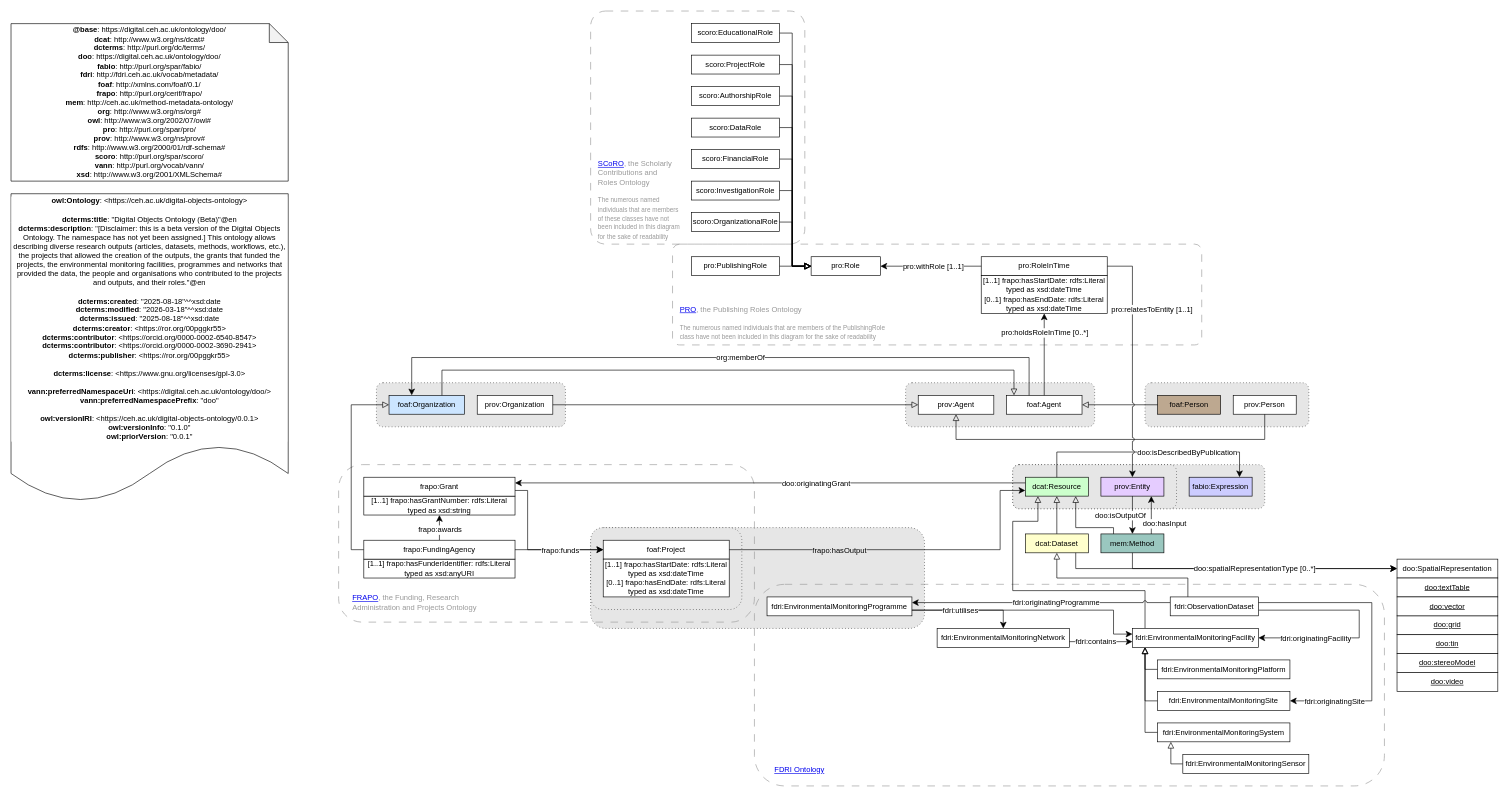
The draw.io diagram page "ontology" (1 of 3) of ontology/diagrams/digital_objects_ontology.drawio in NERC-CEH/digital-objects-ontology, before the edit. Source tidied: cells renumbered, new cells numbered last; positions are measured from the earlier drawing's top-left corner, leaving out a move shared by most shapes. Both pictures are drawn from the tidied source at 63%, with x=0, y=0 at pixel (11, 11).
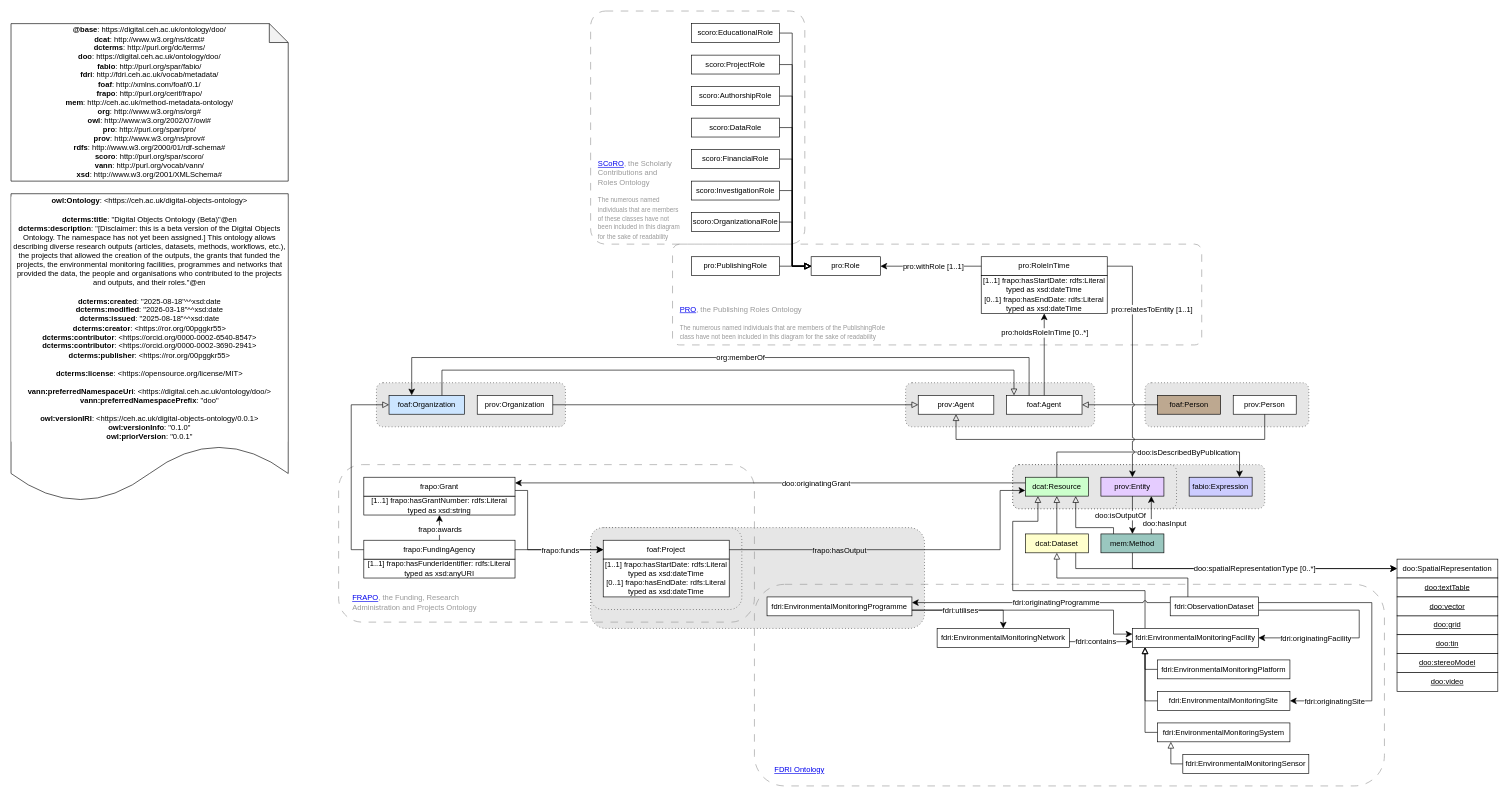
The same diagram, later.

The edit, as a diff of the source:
```diff
@@
-    <mxCell id="45" value="&lt;div&gt;&lt;b style=&quot;border-color: var(--border-color);&quot;&gt;owl:Ontology&lt;/b&gt;: &amp;lt;&lt;span style=&quot;background-color: rgb(251, 251, 251); color: light-dark(rgb(0, 0, 0), rgb(237, 237, 237));&quot;&gt;https://&lt;/span&gt;&lt;span style=&quot;background-color: light-dark(rgb(255, 255, 255), rgb(18, 18, 18)); color: light-dark(rgb(0, 0, 0), rgb(237, 237, 237));&quot;&gt;ceh.ac.uk/digital-objects-ontology&amp;gt;&lt;/span&gt;&lt;/div&gt;&lt;div&gt;&lt;b&gt;&lt;br&gt;&lt;/b&gt;&lt;/div&gt;&lt;div&gt;&lt;b&gt;dcterms:title&lt;/b&gt;: &quot;Digital Objects Ontology (Beta)&quot;@en &lt;br&gt;&lt;b&gt;dc&lt;/b&gt;&lt;b style=&quot;color: light-dark(rgb(0, 0, 0), rgb(237, 237, 237));&quot;&gt;terms&lt;/b&gt;&lt;b style=&quot;background-color: light-dark(rgb(255, 255, 255), rgb(18, 18, 18)); color: light-dark(rgb(0, 0, 0), rgb(237, 237, 237));&quot;&gt;:description&lt;/b&gt;&lt;span style=&quot;background-color: light-dark(rgb(255, 255, 255), rgb(18, 18, 18)); color: light-dark(rgb(0, 0, 0), rgb(237, 237, 237));&quot;&gt;: &quot;&lt;/span&gt;&lt;span style=&quot;background-color: light-dark(rgb(255, 255, 255), rgb(18, 18, 18));&quot;&gt;[Disclaimer: this is a beta version of the Digital Objects Ontology. The namespace has not yet been assigned.] This ontology allows describing diverse research outputs (articles, datasets, methods, workflows, etc.), the projects that allowed the creation of the outputs, the grants that funded the projects, the environmental monitoring facilities, programmes and networks that provided the data, the people and organisations who contributed to the projects and outputs, and their roles.&lt;/span&gt;&lt;span style=&quot;background-color: light-dark(rgb(255, 255, 255), rgb(18, 18, 18)); color: light-dark(rgb(0, 0, 0), rgb(237, 237, 237));&quot;&gt;&quot;@en&lt;/span&gt;&lt;/div&gt;&lt;div&gt;&lt;br&gt;&lt;b&gt;dc&lt;/b&gt;&lt;b style=&quot;color: light-dark(rgb(0, 0, 0), rgb(237, 237, 237));&quot;&gt;terms&lt;/b&gt;&lt;b style=&quot;background-color: light-dark(rgb(255, 255, 255), rgb(18, 18, 18)); color: light-dark(rgb(0, 0, 0), rgb(237, 237, 237));&quot;&gt;:created&lt;/b&gt;&lt;span style=&quot;background-color: light-dark(rgb(255, 255, 255), rgb(18, 18, 18)); color: light-dark(rgb(0, 0, 0), rgb(237, 237, 237));&quot;&gt;: &quot;2025-08-18&quot;^^xsd:date&lt;/span&gt;&lt;/div&gt;&lt;div&gt;&lt;div&gt;&lt;b&gt;dc&lt;/b&gt;&lt;b style=&quot;color: light-dark(rgb(0, 0, 0), rgb(237, 237, 237));&quot;&gt;terms&lt;/b&gt;&lt;b style=&quot;background-color: light-dark(rgb(255, 255, 255), rgb(18, 18, 18)); color: light-dark(rgb(0, 0, 0), rgb(237, 237, 237));&quot;&gt;:modified&lt;/b&gt;&lt;span style=&quot;background-color: light-dark(rgb(255, 255, 255), rgb(18, 18, 18)); color: light-dark(rgb(0, 0, 0), rgb(237, 237, 237));&quot;&gt;: &quot;2026-03-18&quot;^^xsd:date&lt;/span&gt;&lt;/div&gt;&lt;/div&gt;&lt;div&gt;&lt;div&gt;&lt;b&gt;dc&lt;/b&gt;&lt;b style=&quot;color: light-dark(rgb(0, 0, 0), rgb(237, 237, 237));&quot;&gt;terms&lt;/b&gt;&lt;b style=&quot;background-color: light-dark(rgb(255, 255, 255), rgb(18, 18, 18)); color: light-dark(rgb(0, 0, 0), rgb(237, 237, 237));&quot;&gt;:issued&lt;/b&gt;&lt;span style=&quot;background-color: light-dark(rgb(255, 255, 255), rgb(18, 18, 18)); color: light-dark(rgb(0, 0, 0), rgb(237, 237, 237));&quot;&gt;: &quot;2025-08-18&quot;^^xsd:date&lt;/span&gt;&lt;/div&gt;&lt;/div&gt;&lt;div&gt;&lt;b style=&quot;background-color: light-dark(rgb(255, 255, 255), rgb(18, 18, 18)); color: light-dark(rgb(0, 0, 0), rgb(237, 237, 237));&quot;&gt;dc&lt;/b&gt;&lt;b style=&quot;background-color: light-dark(rgb(255, 255, 255), rgb(18, 18, 18)); color: light-dark(rgb(0, 0, 0), rgb(237, 237, 237));&quot;&gt;terms&lt;/b&gt;&lt;b style=&quot;color: light-dark(rgb(0, 0, 0), rgb(237, 237, 237)); background-color: light-dark(rgb(255, 255, 255), rgb(18, 18, 18));&quot;&gt;:creator&lt;/b&gt;&lt;span style=&quot;color: light-dark(rgb(0, 0, 0), rgb(237, 237, 237)); background-color: light-dark(rgb(255, 255, 255), rgb(18, 18, 18));&quot;&gt;: &amp;lt;&lt;/span&gt;&lt;span style=&quot;background-color: light-dark(rgb(255, 255, 255), rgb(18, 18, 18)); color: light-dark(rgb(0, 0, 0), rgb(237, 237, 237));&quot;&gt;https://ror.org/00pggkr55&lt;/span&gt;&lt;span style=&quot;color: light-dark(rgb(0, 0, 0), rgb(0, 0, 0)); background-color: light-dark(rgb(255, 255, 255), rgb(18, 18, 18));&quot;&gt;&amp;gt;&lt;/span&gt;&lt;/div&gt;&lt;div&gt;&lt;b style=&quot;background-color: light-dark(rgb(255, 255, 255), rgb(18, 18, 18)); color: light-dark(rgb(0, 0, 0), rgb(237, 237, 237));&quot;&gt;dc&lt;/b&gt;&lt;b style=&quot;background-color: light-dark(rgb(255, 255, 255), rgb(18, 18, 18)); color: light-dark(rgb(0, 0, 0), rgb(237, 237, 237));&quot;&gt;terms&lt;/b&gt;&lt;b style=&quot;color: light-dark(rgb(0, 0, 0), rgb(237, 237, 237)); background-color: light-dark(rgb(255, 255, 255), rgb(18, 18, 18));&quot;&gt;:contributor&lt;/b&gt;&lt;span style=&quot;color: light-dark(rgb(0, 0, 0), rgb(237, 237, 237)); background-color: light-dark(rgb(255, 255, 255), rgb(18, 18, 18));&quot;&gt;: &amp;lt;&lt;/span&gt;&lt;span style=&quot;background-color: light-dark(rgb(255, 255, 255), rgb(18, 18, 18)); color: light-dark(rgb(0, 0, 0), rgb(237, 237, 237));&quot;&gt;ht&lt;/span&gt;&lt;span style=&quot;background-color: light-dark(rgb(255, 255, 255), rgb(18, 18, 18)); color: light-dark(rgb(0, 0, 0), rgb(237, 237, 237));&quot;&gt;&lt;font style=&quot;color: rgb(0, 0, 0);&quot;&gt;tps://orcid.org/0000-0002-6540-8547&lt;/font&gt;&lt;/span&gt;&lt;span style=&quot;color: light-dark(rgb(0, 0, 0), rgb(0, 0, 0)); background-color: light-dark(rgb(255, 255, 255), rgb(18, 18, 18));&quot;&gt;&amp;gt;&lt;/span&gt;&lt;/div&gt;&lt;div&gt;&lt;b style=&quot;background-color: light-dark(rgb(255, 255, 255), rgb(18, 18, 18)); color: light-dark(rgb(0, 0, 0), rgb(237, 237, 237));&quot;&gt;dc&lt;/b&gt;&lt;b style=&quot;background-color: light-dark(rgb(255, 255, 255), rgb(18, 18, 18)); color: light-dark(rgb(0, 0, 0), rgb(237, 237, 237));&quot;&gt;terms&lt;/b&gt;&lt;b style=&quot;color: light-dark(rgb(0, 0, 0), rgb(237, 237, 237)); background-color: light-dark(rgb(255, 255, 255), rgb(18, 18, 18));&quot;&gt;:contributor&lt;/b&gt;&lt;span style=&quot;color: light-dark(rgb(0, 0, 0), rgb(237, 237, 237)); background-color: light-dark(rgb(255, 255, 255), rgb(18, 18, 18));&quot;&gt;: &amp;lt;&lt;/span&gt;&lt;span style=&quot;background-color: light-dark(rgb(255, 255, 255), rgb(18, 18, 18));&quot;&gt;https://orcid.org/0000-0002-3690-2941&amp;gt;&lt;/span&gt;&lt;/div&gt;&lt;div&gt;&lt;b style=&quot;background-color: light-dark(rgb(255, 255, 255), rgb(18, 18, 18));&quot;&gt;dc&lt;/b&gt;&lt;b style=&quot;background-color: light-dark(rgb(255, 255, 255), rgb(18, 18, 18));&quot;&gt;terms&lt;/b&gt;&lt;b style=&quot;background-color: light-dark(rgb(255, 255, 255), rgb(18, 18, 18));&quot;&gt;:publisher&lt;/b&gt;&lt;span style=&quot;background-color: light-dark(rgb(255, 255, 255), rgb(18, 18, 18));&quot;&gt;: &amp;lt;https://ror.org/00pggkr55&amp;gt;&lt;/span&gt;&lt;/div&gt;&lt;div&gt;&lt;br&gt;&lt;b&gt;dc&lt;/b&gt;&lt;b style=&quot;color: light-dark(rgb(0, 0, 0), rgb(237, 237, 237));&quot;&gt;terms&lt;/b&gt;&lt;b style=&quot;background-color: light-dark(rgb(255, 255, 255), rgb(18, 18, 18)); color: light-dark(rgb(0, 0, 0), rgb(237, 237, 237));&quot;&gt;:license&lt;/b&gt;&lt;span style=&quot;background-color: light-dark(rgb(255, 255, 255), rgb(18, 18, 18)); color: light-dark(rgb(0, 0, 0), rgb(237, 237, 237));&quot;&gt;: &amp;lt;&lt;/span&gt;&lt;span style=&quot;background-color: light-dark(rgb(255, 255, 255), rgb(18, 18, 18));&quot;&gt;https://www.gnu.org/licenses/gpl-3.0&lt;/span&gt;&lt;span style=&quot;background-color: light-dark(rgb(255, 255, 255), rgb(18, 18, 18)); color: light-dark(rgb(0, 0, 0), rgb(237, 237, 237));&quot;&gt;&amp;gt;&lt;/span&gt;&lt;/div&gt;&lt;div&gt;&lt;br&gt;&lt;/div&gt;&lt;div&gt;&lt;b&gt;vann:preferredNamespaceUri&lt;/b&gt;:&amp;nbsp;&lt;span style=&quot;background-color: light-dark(rgb(255, 255, 255), rgb(18, 18, 18));&quot;&gt;&amp;lt;https://digital.ceh.ac.uk/ontology/doo/&amp;gt;&lt;/span&gt;&lt;/div&gt;&lt;div&gt;&lt;b&gt;vann:preferredNamespacePrefix&lt;/b&gt;: &quot;doo&quot; &lt;br&gt;&lt;br&gt;&lt;b&gt;owl:versionIRI&lt;/b&gt;: &amp;lt;&lt;span style=&quot;color: light-dark(rgb(0, 0, 0), rgb(237, 237, 237)); background-color: rgb(251, 251, 251);&quot;&gt;https://&lt;/span&gt;&lt;span style=&quot;color: light-dark(rgb(0, 0, 0), rgb(237, 237, 237)); background-color: light-dark(rgb(255, 255, 255), rgb(18, 18, 18));&quot;&gt;ceh.ac.uk/digital-objects-ontology/&lt;/span&gt;0.0.1&amp;gt;&lt;br&gt;&lt;b&gt;owl:versionInfo&lt;/b&gt;: &quot;0.1.0&quot;&lt;br&gt;&lt;b&gt;owl:priorVersion&lt;/b&gt;: &quot;0.0.1&quot;&lt;br&gt;&lt;/div&gt;" style="shape=document;whiteSpace=wrap;html=1;boundedLbl=1;labelBackgroundColor=#ffffff;strokeColor=#000000;fontSize=12;fontColor=#000000;size=0.1875;" parent="1" vertex="1">
+    <mxCell id="45" value="&lt;div&gt;&lt;b style=&quot;border-color: var(--border-color);&quot;&gt;owl:Ontology&lt;/b&gt;: &amp;lt;&lt;span style=&quot;background-color: rgb(251, 251, 251); color: light-dark(rgb(0, 0, 0), rgb(237, 237, 237));&quot;&gt;https://&lt;/span&gt;&lt;span style=&quot;background-color: light-dark(rgb(255, 255, 255), rgb(18, 18, 18)); color: light-dark(rgb(0, 0, 0), rgb(237, 237, 237));&quot;&gt;ceh.ac.uk/digital-objects-ontology&amp;gt;&lt;/span&gt;&lt;/div&gt;&lt;div&gt;&lt;b&gt;&lt;br&gt;&lt;/b&gt;&lt;/div&gt;&lt;div&gt;&lt;b&gt;dcterms:title&lt;/b&gt;: &quot;Digital Objects Ontology (Beta)&quot;@en &lt;br&gt;&lt;b&gt;dc&lt;/b&gt;&lt;b style=&quot;color: light-dark(rgb(0, 0, 0), rgb(237, 237, 237));&quot;&gt;terms&lt;/b&gt;&lt;b style=&quot;background-color: light-dark(rgb(255, 255, 255), rgb(18, 18, 18)); color: light-dark(rgb(0, 0, 0), rgb(237, 237, 237));&quot;&gt;:description&lt;/b&gt;&lt;span style=&quot;background-color: light-dark(rgb(255, 255, 255), rgb(18, 18, 18)); color: light-dark(rgb(0, 0, 0), rgb(237, 237, 237));&quot;&gt;: &quot;&lt;/span&gt;&lt;span style=&quot;background-color: light-dark(rgb(255, 255, 255), rgb(18, 18, 18));&quot;&gt;[Disclaimer: this is a beta version of the Digital Objects Ontology. The namespace has not yet been assigned.] This ontology allows describing diverse research outputs (articles, datasets, methods, workflows, etc.), the projects that allowed the creation of the outputs, the grants that funded the projects, the environmental monitoring facilities, programmes and networks that provided the data, the people and organisations who contributed to the projects and outputs, and their roles.&lt;/span&gt;&lt;span style=&quot;background-color: light-dark(rgb(255, 255, 255), rgb(18, 18, 18)); color: light-dark(rgb(0, 0, 0), rgb(237, 237, 237));&quot;&gt;&quot;@en&lt;/span&gt;&lt;/div&gt;&lt;div&gt;&lt;br&gt;&lt;b&gt;dc&lt;/b&gt;&lt;b style=&quot;color: light-dark(rgb(0, 0, 0), rgb(237, 237, 237));&quot;&gt;terms&lt;/b&gt;&lt;b style=&quot;background-color: light-dark(rgb(255, 255, 255), rgb(18, 18, 18)); color: light-dark(rgb(0, 0, 0), rgb(237, 237, 237));&quot;&gt;:created&lt;/b&gt;&lt;span style=&quot;background-color: light-dark(rgb(255, 255, 255), rgb(18, 18, 18)); color: light-dark(rgb(0, 0, 0), rgb(237, 237, 237));&quot;&gt;: &quot;2025-08-18&quot;^^xsd:date&lt;/span&gt;&lt;/div&gt;&lt;div&gt;&lt;div&gt;&lt;b&gt;dc&lt;/b&gt;&lt;b style=&quot;color: light-dark(rgb(0, 0, 0), rgb(237, 237, 237));&quot;&gt;terms&lt;/b&gt;&lt;b style=&quot;background-color: light-dark(rgb(255, 255, 255), rgb(18, 18, 18)); color: light-dark(rgb(0, 0, 0), rgb(237, 237, 237));&quot;&gt;:modified&lt;/b&gt;&lt;span style=&quot;background-color: light-dark(rgb(255, 255, 255), rgb(18, 18, 18)); color: light-dark(rgb(0, 0, 0), rgb(237, 237, 237));&quot;&gt;: &quot;2026-03-18&quot;^^xsd:date&lt;/span&gt;&lt;/div&gt;&lt;/div&gt;&lt;div&gt;&lt;div&gt;&lt;b&gt;dc&lt;/b&gt;&lt;b style=&quot;color: light-dark(rgb(0, 0, 0), rgb(237, 237, 237));&quot;&gt;terms&lt;/b&gt;&lt;b style=&quot;background-color: light-dark(rgb(255, 255, 255), rgb(18, 18, 18)); color: light-dark(rgb(0, 0, 0), rgb(237, 237, 237));&quot;&gt;:issued&lt;/b&gt;&lt;span style=&quot;background-color: light-dark(rgb(255, 255, 255), rgb(18, 18, 18)); color: light-dark(rgb(0, 0, 0), rgb(237, 237, 237));&quot;&gt;: &quot;2025-08-18&quot;^^xsd:date&lt;/span&gt;&lt;/div&gt;&lt;/div&gt;&lt;div&gt;&lt;b style=&quot;background-color: light-dark(rgb(255, 255, 255), rgb(18, 18, 18)); color: light-dark(rgb(0, 0, 0), rgb(237, 237, 237));&quot;&gt;dc&lt;/b&gt;&lt;b style=&quot;background-color: light-dark(rgb(255, 255, 255), rgb(18, 18, 18)); color: light-dark(rgb(0, 0, 0), rgb(237, 237, 237));&quot;&gt;terms&lt;/b&gt;&lt;b style=&quot;color: light-dark(rgb(0, 0, 0), rgb(237, 237, 237)); background-color: light-dark(rgb(255, 255, 255), rgb(18, 18, 18));&quot;&gt;:creator&lt;/b&gt;&lt;span style=&quot;color: light-dark(rgb(0, 0, 0), rgb(237, 237, 237)); background-color: light-dark(rgb(255, 255, 255), rgb(18, 18, 18));&quot;&gt;: &amp;lt;&lt;/span&gt;&lt;span style=&quot;background-color: light-dark(rgb(255, 255, 255), rgb(18, 18, 18)); color: light-dark(rgb(0, 0, 0), rgb(237, 237, 237));&quot;&gt;https://ror.org/00pggkr55&lt;/span&gt;&lt;span style=&quot;color: light-dark(rgb(0, 0, 0), rgb(0, 0, 0)); background-color: light-dark(rgb(255, 255, 255), rgb(18, 18, 18));&quot;&gt;&amp;gt;&lt;/span&gt;&lt;/div&gt;&lt;div&gt;&lt;b style=&quot;background-color: light-dark(rgb(255, 255, 255), rgb(18, 18, 18)); color: light-dark(rgb(0, 0, 0), rgb(237, 237, 237));&quot;&gt;dc&lt;/b&gt;&lt;b style=&quot;background-color: light-dark(rgb(255, 255, 255), rgb(18, 18, 18)); color: light-dark(rgb(0, 0, 0), rgb(237, 237, 237));&quot;&gt;terms&lt;/b&gt;&lt;b style=&quot;color: light-dark(rgb(0, 0, 0), rgb(237, 237, 237)); background-color: light-dark(rgb(255, 255, 255), rgb(18, 18, 18));&quot;&gt;:contributor&lt;/b&gt;&lt;span style=&quot;color: light-dark(rgb(0, 0, 0), rgb(237, 237, 237)); background-color: light-dark(rgb(255, 255, 255), rgb(18, 18, 18));&quot;&gt;: &amp;lt;&lt;/span&gt;&lt;span style=&quot;background-color: light-dark(rgb(255, 255, 255), rgb(18, 18, 18)); color: light-dark(rgb(0, 0, 0), rgb(237, 237, 237));&quot;&gt;ht&lt;/span&gt;&lt;span style=&quot;background-color: light-dark(rgb(255, 255, 255), rgb(18, 18, 18)); color: light-dark(rgb(0, 0, 0), rgb(237, 237, 237));&quot;&gt;&lt;font style=&quot;color: rgb(0, 0, 0);&quot;&gt;tps://orcid.org/0000-0002-6540-8547&lt;/font&gt;&lt;/span&gt;&lt;span style=&quot;color: light-dark(rgb(0, 0, 0), rgb(0, 0, 0)); background-color: light-dark(rgb(255, 255, 255), rgb(18, 18, 18));&quot;&gt;&amp;gt;&lt;/span&gt;&lt;/div&gt;&lt;div&gt;&lt;b style=&quot;background-color: light-dark(rgb(255, 255, 255), rgb(18, 18, 18)); color: light-dark(rgb(0, 0, 0), rgb(237, 237, 237));&quot;&gt;dc&lt;/b&gt;&lt;b style=&quot;background-color: light-dark(rgb(255, 255, 255), rgb(18, 18, 18)); color: light-dark(rgb(0, 0, 0), rgb(237, 237, 237));&quot;&gt;terms&lt;/b&gt;&lt;b style=&quot;color: light-dark(rgb(0, 0, 0), rgb(237, 237, 237)); background-color: light-dark(rgb(255, 255, 255), rgb(18, 18, 18));&quot;&gt;:contributor&lt;/b&gt;&lt;span style=&quot;color: light-dark(rgb(0, 0, 0), rgb(237, 237, 237)); background-color: light-dark(rgb(255, 255, 255), rgb(18, 18, 18));&quot;&gt;: &amp;lt;&lt;/span&gt;&lt;span style=&quot;background-color: light-dark(rgb(255, 255, 255), rgb(18, 18, 18));&quot;&gt;https://orcid.org/0000-0002-3690-2941&amp;gt;&lt;/span&gt;&lt;/div&gt;&lt;div&gt;&lt;b style=&quot;background-color: light-dark(rgb(255, 255, 255), rgb(18, 18, 18));&quot;&gt;dc&lt;/b&gt;&lt;b style=&quot;background-color: light-dark(rgb(255, 255, 255), rgb(18, 18, 18));&quot;&gt;terms&lt;/b&gt;&lt;b style=&quot;background-color: light-dark(rgb(255, 255, 255), rgb(18, 18, 18));&quot;&gt;:publisher&lt;/b&gt;&lt;span style=&quot;background-color: light-dark(rgb(255, 255, 255), rgb(18, 18, 18));&quot;&gt;: &amp;lt;https://ror.org/00pggkr55&amp;gt;&lt;/span&gt;&lt;/div&gt;&lt;div&gt;&lt;br&gt;&lt;b&gt;dc&lt;/b&gt;&lt;b style=&quot;color: light-dark(rgb(0, 0, 0), rgb(237, 237, 237));&quot;&gt;terms&lt;/b&gt;&lt;b style=&quot;background-color: light-dark(rgb(255, 255, 255), rgb(18, 18, 18)); color: light-dark(rgb(0, 0, 0), rgb(237, 237, 237));&quot;&gt;:license&lt;/b&gt;&lt;span style=&quot;background-color: light-dark(rgb(255, 255, 255), rgb(18, 18, 18)); color: light-dark(rgb(0, 0, 0), rgb(237, 237, 237));&quot;&gt;: &amp;lt;&lt;/span&gt;&lt;span style=&quot;background-color: light-dark(rgb(255, 255, 255), rgb(18, 18, 18));&quot;&gt;https://opensource.org/license/MIT&lt;/span&gt;&lt;span style=&quot;background-color: light-dark(rgb(255, 255, 255), rgb(18, 18, 18)); color: light-dark(rgb(0, 0, 0), rgb(237, 237, 237));&quot;&gt;&amp;gt;&lt;/span&gt;&lt;/div&gt;&lt;div&gt;&lt;br&gt;&lt;/div&gt;&lt;div&gt;&lt;b&gt;vann:preferredNamespaceUri&lt;/b&gt;:&amp;nbsp;&lt;span style=&quot;background-color: light-dark(rgb(255, 255, 255), rgb(18, 18, 18));&quot;&gt;&amp;lt;https://digital.ceh.ac.uk/ontology/doo/&amp;gt;&lt;/span&gt;&lt;/div&gt;&lt;div&gt;&lt;b&gt;vann:preferredNamespacePrefix&lt;/b&gt;: &quot;doo&quot; &lt;br&gt;&lt;br&gt;&lt;b&gt;owl:versionIRI&lt;/b&gt;: &amp;lt;&lt;span style=&quot;color: light-dark(rgb(0, 0, 0), rgb(237, 237, 237)); background-color: rgb(251, 251, 251);&quot;&gt;https://&lt;/span&gt;&lt;span style=&quot;color: light-dark(rgb(0, 0, 0), rgb(237, 237, 237)); background-color: light-dark(rgb(255, 255, 255), rgb(18, 18, 18));&quot;&gt;ceh.ac.uk/digital-objects-ontology/&lt;/span&gt;0.0.1&amp;gt;&lt;br&gt;&lt;b&gt;owl:versionInfo&lt;/b&gt;: &quot;0.1.0&quot;&lt;br&gt;&lt;b&gt;owl:priorVersion&lt;/b&gt;: &quot;0.0.1&quot;&lt;br&gt;&lt;/div&gt;" style="shape=document;whiteSpace=wrap;html=1;boundedLbl=1;labelBackgroundColor=#ffffff;strokeColor=#000000;fontSize=12;fontColor=#000000;size=0.1875;" parent="1" vertex="1">
       <mxGeometry y="290" width="440" height="490" as="geometry" />
     </mxCell>
```
